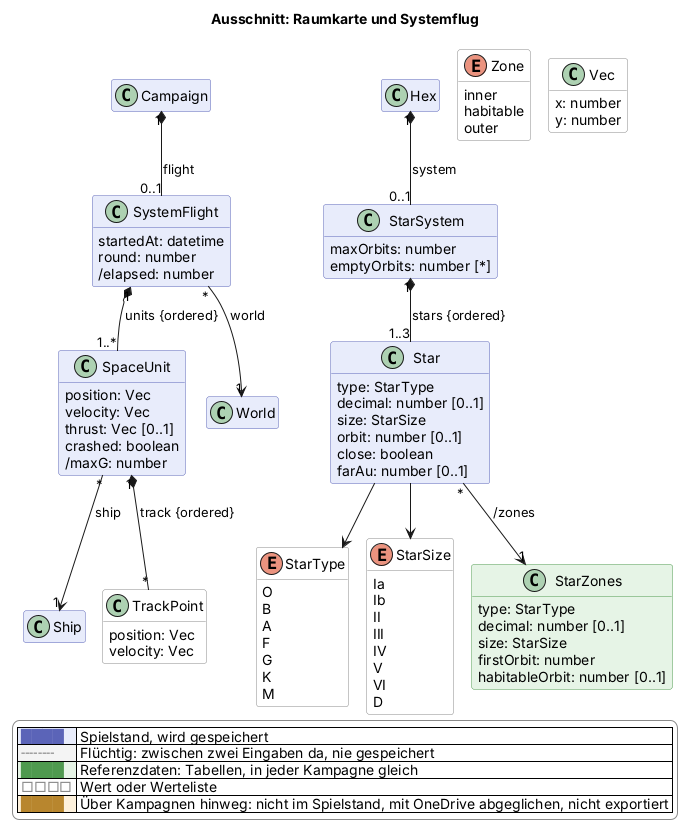
scuzzar/SRE keeps this PlantUML diagram as docs/views/raum.png. Above is the earlier version.
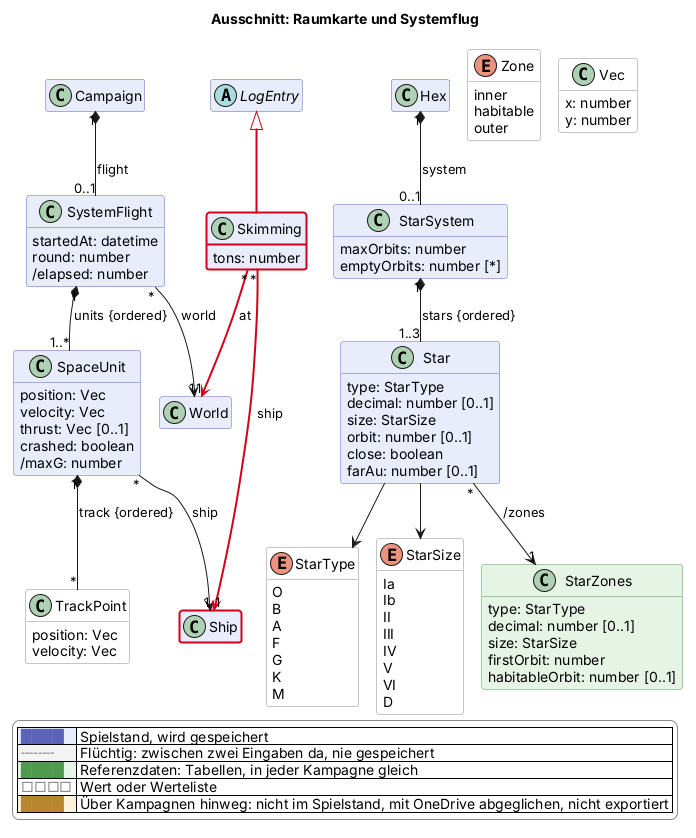
After the commit.

The edit, as a diff of the source:
```diff
@@ -121,6 +121,9 @@
     firstOrbit: number
     habitableOrbit: number [0..1]
   }
+  class Skimming $raum $newClass("2026-11-21b") {
+    tons: number
+  }
   class SpaceUnit $raum {
     position: Vec
     velocity: Vec
@@ -142,6 +145,7 @@
   class World $sektor
 
 
+  abstract class LogEntry $probe
 
 
 
@@ -153,6 +157,9 @@
 SystemFlight "1" *-- "1..*" SpaceUnit : units {ordered}
 SpaceUnit "*" --> "1" Ship : ship
 SpaceUnit "1" *-- "*" TrackPoint : track {ordered}
+LogEntry <|-$newArrow("2026-11-21b")- Skimming
+Skimming "*" -$newArrow("2026-11-21b")-> "1" World : at
+Skimming "*" -$newArrow("2026-11-21b")-> "1" Ship : ship
 Hex "1" *-- "0..1" StarSystem : system
 StarSystem "1" *-- "1..3" Star : stars {ordered}
 Star "*" --> "1" StarZones : /zones
@@ -178,4 +185,5 @@
   |<#ffffff> <color:#8a8a8a>□□□□</color> | Wert oder Werteliste |
   |<#fdf1dc> <color:#b8862e>████</color> | Über Kampagnen hinweg: nicht im Spielstand, mit OneDrive abgeglichen, nicht exportiert |
 endlegend
+class Ship #line:d0021b;line.bold
 @enduml
```
